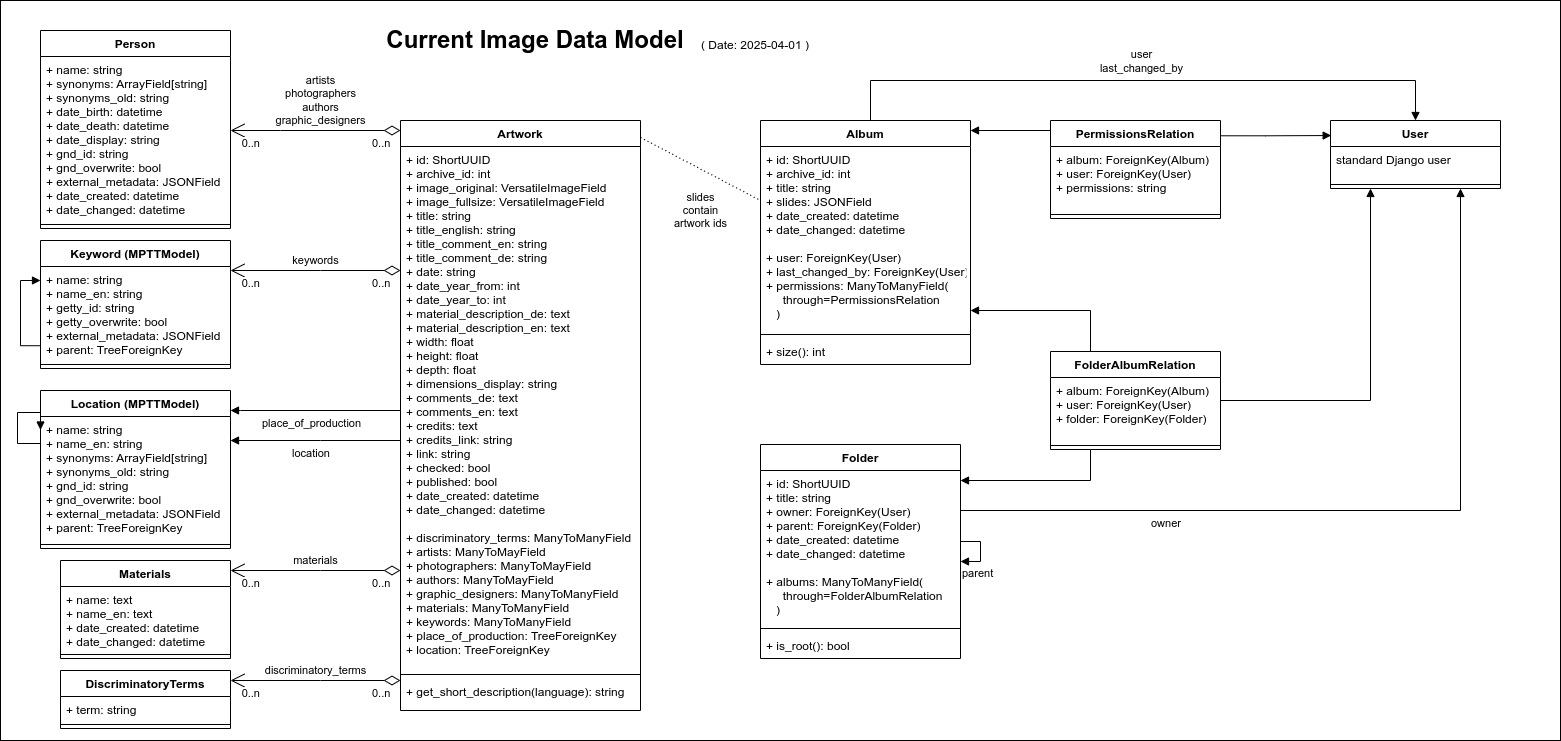
The draw.io diagram docs/resources/image-data-model.drawio.png in base-angewandte/image-backend, before a commit. Source tidied: cells renumbered, new cells last; positions are measured from the earlier drawing's top-left corner, leaving out a move shared by most shapes.
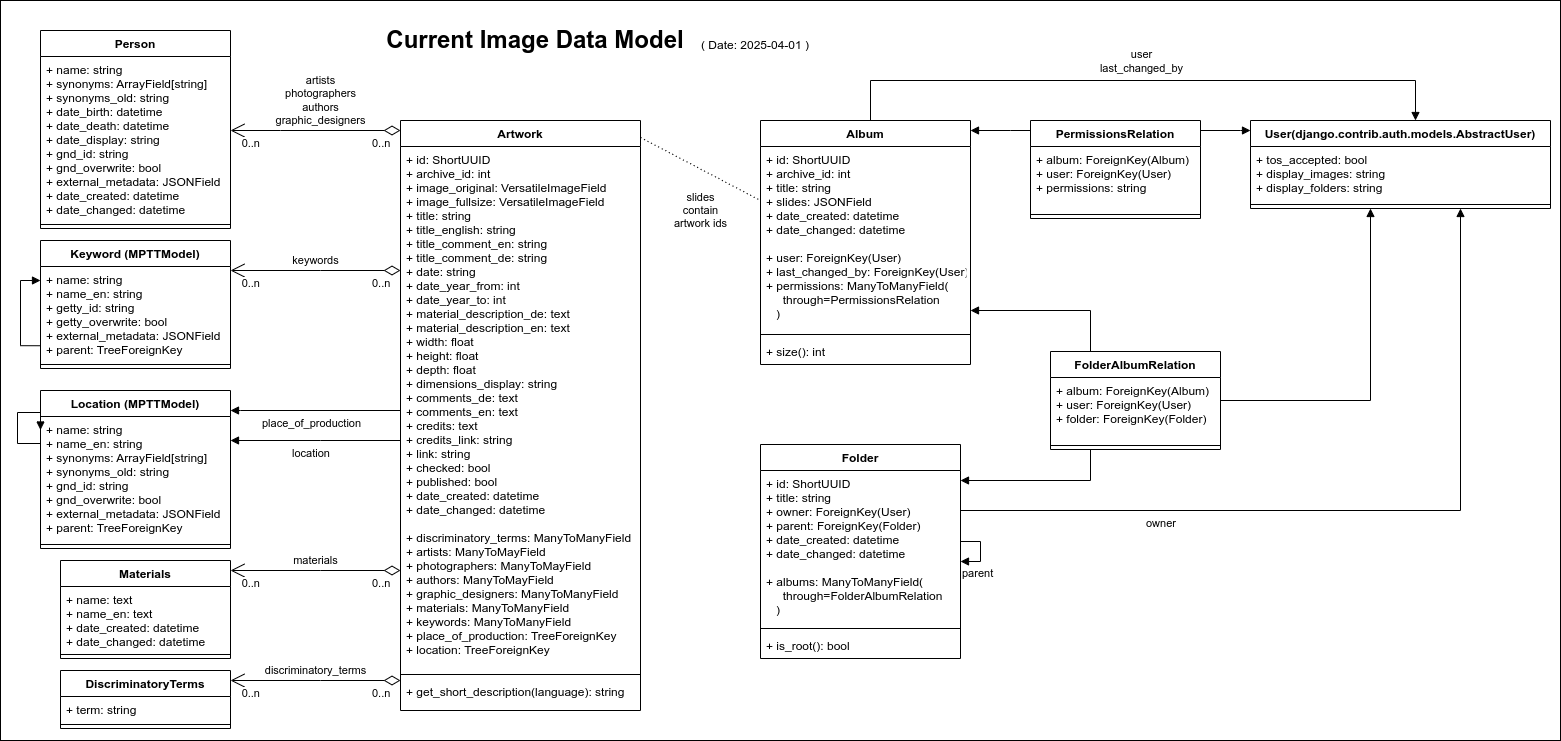
After the commit.

Commit message:
docs: update user model in data model diagramme

What changed in the source:
```diff
@@ -131,7 +131,7 @@
       <mxGeometry x="690" y="30" width="130" height="30" as="geometry" />
     </mxCell>
     <mxCell id="32" value="PermissionsRelation" style="swimlane;fontStyle=1;align=center;verticalAlign=top;horizontal=1;startSize=26;" parent="1" vertex="1">
-      <mxGeometry x="1050" y="120" width="170" height="98" as="geometry" />
+      <mxGeometry x="1030" y="120" width="170" height="98" as="geometry" />
     </mxCell>
     <mxCell id="33" value="+ album: ForeignKey(Album)&#10;+ user: ForeignKey(User)&#10;+ permissions: string" style="text;strokeColor=none;fillColor=none;align=left;verticalAlign=top;spacingLeft=4;spacingRight=4;overflow=hidden;" parent="32" vertex="1">
       <mxGeometry y="26" width="170" height="64" as="geometry" />
@@ -139,11 +139,11 @@
     <mxCell id="34" style="line;strokeWidth=1;fillColor=none;align=left;verticalAlign=middle;spacingTop=-1;spacingLeft=3;spacingRight=3;labelPosition=right;" parent="32" vertex="1">
       <mxGeometry y="90" width="170" height="8" as="geometry" />
     </mxCell>
-    <mxCell id="35" style="endArrow=block;endFill=1;html=1;edgeStyle=orthogonalEdgeStyle;align=left;verticalAlign=top;rounded=0;" parent="1" edge="1" target="18">
+    <mxCell id="35" style="endArrow=block;endFill=1;html=1;edgeStyle=orthogonalEdgeStyle;align=left;verticalAlign=top;rounded=0;" parent="1" edge="1" source="32" target="18">
       <mxGeometry x="0.29" y="-20" relative="1" as="geometry">
-        <mxPoint x="1050" y="137" as="sourcePoint" />
         <Array as="points">
-          <mxPoint x="1050" y="130" />
+          <mxPoint x="1010" y="130" />
+          <mxPoint x="1010" y="130" />
         </Array>
       </mxGeometry>
     </mxCell>
@@ -171,19 +171,20 @@
     <mxCell id="43" value="parent" style="endArrow=block;endFill=1;html=1;edgeStyle=orthogonalEdgeStyle;align=left;verticalAlign=top;rounded=0;" parent="1" edge="1" source="36" target="36">
       <mxGeometry x="0.29" y="-20" relative="1" as="geometry" />
     </mxCell>
-    <mxCell id="44" value="User" style="swimlane;fontStyle=1;align=center;verticalAlign=top;horizontal=1;startSize=26;" parent="1" vertex="1">
-      <mxGeometry x="1330" y="120" width="170" height="68" as="geometry" />
+    <mxCell id="44" value="User(django.contrib.auth.models.AbstractUser)" style="swimlane;fontStyle=1;align=center;verticalAlign=top;horizontal=1;startSize=26;fontSize=12;" parent="1" vertex="1">
+      <mxGeometry x="1250" y="120" width="300" height="88" as="geometry" />
     </mxCell>
-    <mxCell id="45" value="standard Django user" style="text;strokeColor=none;fillColor=none;align=left;verticalAlign=top;spacingLeft=4;spacingRight=4;overflow=hidden;" parent="44" vertex="1">
-      <mxGeometry y="26" width="170" height="34" as="geometry" />
+    <mxCell id="45" value="+ tos_accepted: bool&#10;+ display_images: string&#10;+ display_folders: string" style="text;strokeColor=none;fillColor=none;align=left;verticalAlign=top;spacingLeft=4;spacingRight=4;overflow=hidden;" parent="44" vertex="1">
+      <mxGeometry y="26" width="300" height="54" as="geometry" />
     </mxCell>
     <mxCell id="46" style="line;strokeWidth=1;fillColor=none;align=left;verticalAlign=middle;spacingTop=-1;spacingLeft=3;spacingRight=3;labelPosition=right;" parent="44" vertex="1">
-      <mxGeometry y="60" width="170" height="8" as="geometry" />
+      <mxGeometry y="80" width="300" height="8" as="geometry" />
     </mxCell>
-    <mxCell id="47" style="endArrow=block;endFill=1;html=1;edgeStyle=orthogonalEdgeStyle;align=left;verticalAlign=top;rounded=0;exitX=1;exitY=0.156;exitDx=0;exitDy=0;entryX=0.004;entryY=0.221;entryDx=0;entryDy=0;exitPerimeter=0;entryPerimeter=0;" parent="1" edge="1" source="32" target="44">
+    <mxCell id="47" style="endArrow=block;endFill=1;html=1;edgeStyle=orthogonalEdgeStyle;align=left;verticalAlign=top;rounded=0;" parent="1" edge="1" source="32" target="44">
       <mxGeometry x="-0.34" y="25" relative="1" as="geometry">
         <Array as="points">
-          <mxPoint x="1265" y="135" />
+          <mxPoint x="1240" y="130" />
+          <mxPoint x="1240" y="130" />
         </Array>
       </mxGeometry>
     </mxCell>
```
